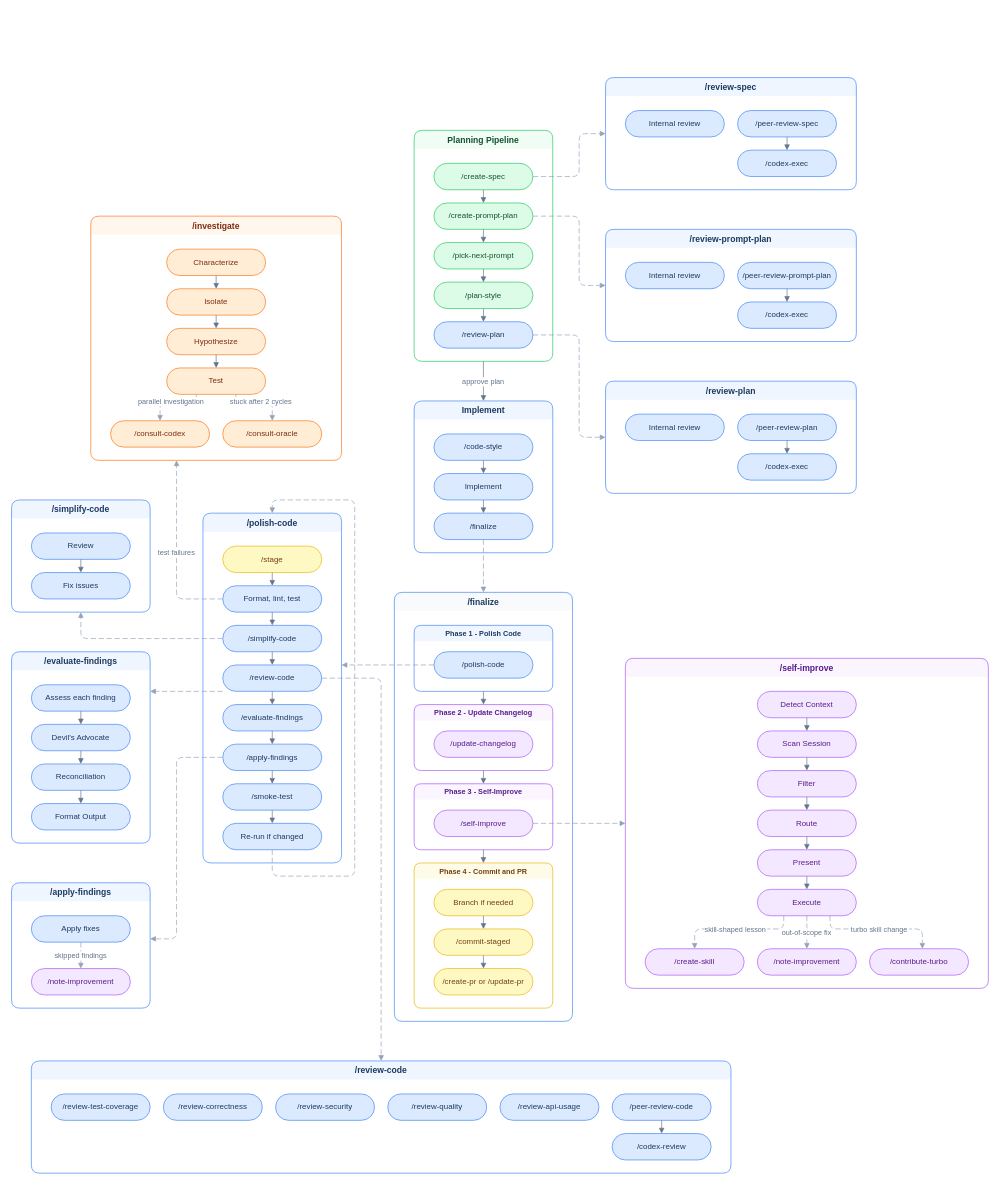
The draw.io diagram assets/how-skills-connect.drawio in nathan-hayashi/turbo, before the edit. Source tidied: cells renumbered, new cells numbered last; positions are measured from the earlier drawing's top-left corner, leaving out a move shared by most shapes. Both pictures are drawn from the tidied source at 66%, with x=0, y=0 at pixel (11, 77).
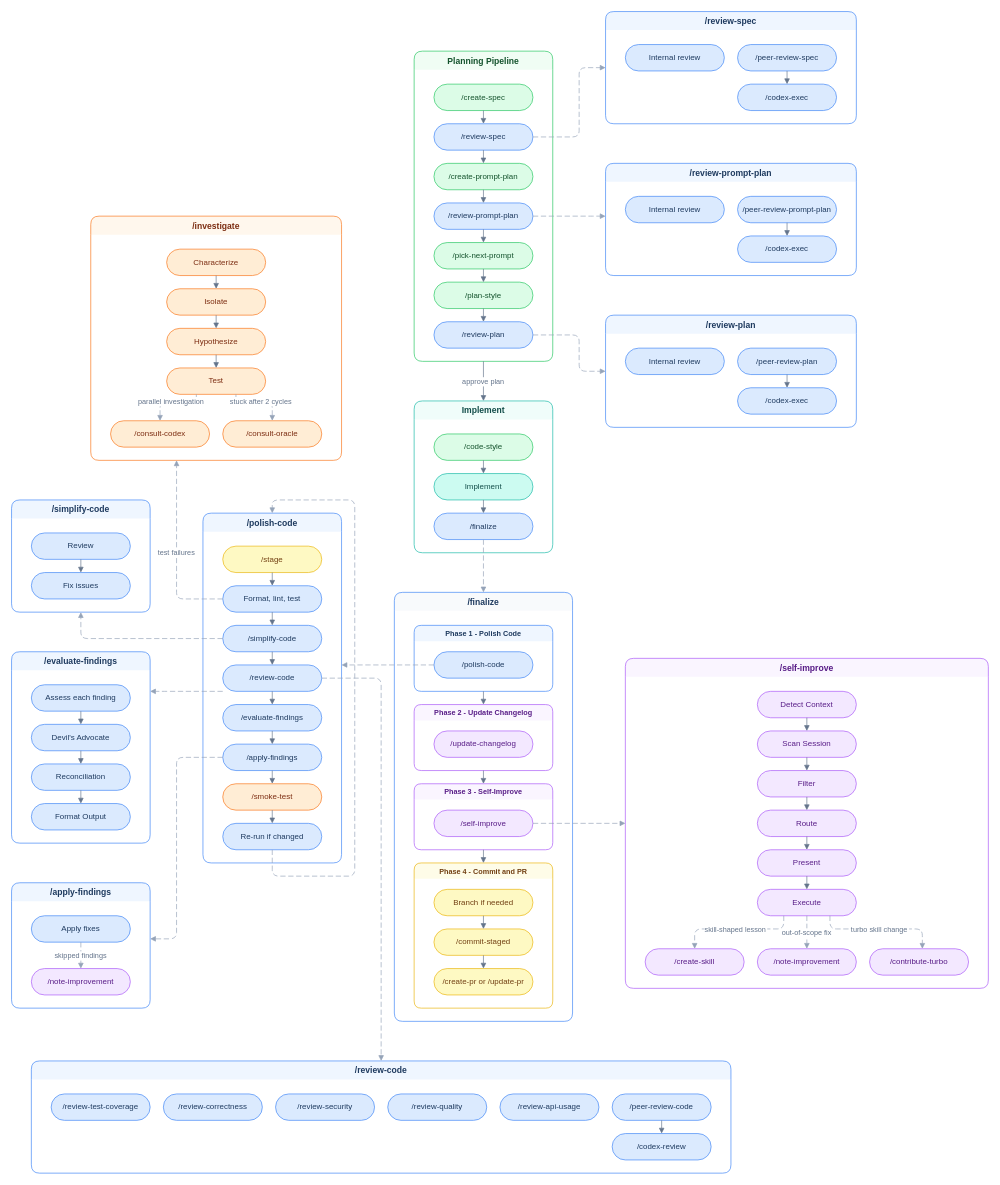
After the change.

Commit message (it also covers changes not shown here):
Fix diagram pill colors to match semantic categories, add review steps to planning pipeline flow

Unchanged cells that the change refers to:
```xml
<mxCell id="3" value="/create-spec" style="rounded=1;whiteSpace=wrap;html=1;arcSize=50;fillColor=#dcfce7;strokeColor=#22c55e;fontColor=#14532d;fontSize=12;" parent="2" vertex="1">
  <mxGeometry x="30" y="50" width="150" height="40" as="geometry" />
</mxCell>
<mxCell id="28" value="/polish-code" style="swimlane;startSize=28;rounded=1;fillColor=#eff6ff;strokeColor=#3b82f6;fontColor=#1e3a5f;fontStyle=1;fontSize=13;swimlaneLine=0;" parent="1" vertex="1">
  <mxGeometry x="290" y="660" width="210" height="530" as="geometry" />
</mxCell>
```

The edit, as a diff of the source:
```diff
@@
     <mxCell id="2" value="Planning Pipeline" style="swimlane;startSize=28;rounded=1;fillColor=#f0fdf4;strokeColor=#22c55e;fontColor=#14532d;fontStyle=1;fontSize=13;swimlaneLine=0;" parent="1" vertex="1">
-      <mxGeometry x="610" y="80" width="210" height="350" as="geometry" />
+      <mxGeometry x="610" y="-40" width="210" height="470" as="geometry" />
     </mxCell>
@@
     <mxCell id="4" value="/create-prompt-plan" style="rounded=1;whiteSpace=wrap;html=1;arcSize=50;fillColor=#dcfce7;strokeColor=#22c55e;fontColor=#14532d;fontSize=12;" parent="2" vertex="1">
-      <mxGeometry x="30" y="110" width="150" height="40" as="geometry" />
+      <mxGeometry x="30" y="170" width="150" height="40" as="geometry" />
     </mxCell>
     <mxCell id="5" value="/pick-next-prompt" style="rounded=1;whiteSpace=wrap;html=1;arcSize=50;fillColor=#dcfce7;strokeColor=#22c55e;fontColor=#14532d;fontSize=12;" parent="2" vertex="1">
-      <mxGeometry x="30" y="170" width="150" height="40" as="geometry" />
+      <mxGeometry x="30" y="290" width="150" height="40" as="geometry" />
     </mxCell>
     <mxCell id="6" value="/plan-style" style="rounded=1;whiteSpace=wrap;html=1;arcSize=50;fillColor=#dcfce7;strokeColor=#22c55e;fontColor=#14532d;fontSize=12;" parent="2" vertex="1">
-      <mxGeometry x="30" y="230" width="150" height="40" as="geometry" />
+      <mxGeometry x="30" y="350" width="150" height="40" as="geometry" />
     </mxCell>
+    <mxCell id="133" value="/review-spec" style="rounded=1;whiteSpace=wrap;html=1;arcSize=50;fillColor=#dbeafe;strokeColor=#3b82f6;fontColor=#1e3a5f;fontSize=12;" parent="2" vertex="1">
+      <mxGeometry x="30" y="110" width="150" height="40" as="geometry" />
+    </mxCell>
+    <mxCell id="134" value="/review-prompt-plan" style="rounded=1;whiteSpace=wrap;html=1;arcSize=50;fillColor=#dbeafe;strokeColor=#3b82f6;fontColor=#1e3a5f;fontSize=12;" parent="2" vertex="1">
+      <mxGeometry x="30" y="230" width="150" height="40" as="geometry" />
+    </mxCell>
+    <mxCell id="135" style="endArrow=block;endFill=1;rounded=1;edgeStyle=orthogonalEdgeStyle;strokeColor=#64748b;" parent="2" edge="1" source="3" target="133">
+      <mxGeometry relative="1" as="geometry" />
+    </mxCell>
-    <mxCell id="7" style="endArrow=block;endFill=1;rounded=1;edgeStyle=orthogonalEdgeStyle;strokeColor=#64748b;" parent="2" edge="1" source="3" target="4">
+    <mxCell id="7" style="endArrow=block;endFill=1;rounded=1;edgeStyle=orthogonalEdgeStyle;strokeColor=#64748b;" parent="2" edge="1" source="133" target="4">
       <mxGeometry relative="1" as="geometry" />
     </mxCell>
+    <mxCell id="136" style="endArrow=block;endFill=1;rounded=1;edgeStyle=orthogonalEdgeStyle;strokeColor=#64748b;" parent="2" edge="1" source="4" target="134">
+      <mxGeometry relative="1" as="geometry" />
+    </mxCell>
-    <mxCell id="8" style="endArrow=block;endFill=1;rounded=1;edgeStyle=orthogonalEdgeStyle;strokeColor=#64748b;" parent="2" edge="1" source="4" target="5">
+    <mxCell id="8" style="endArrow=block;endFill=1;rounded=1;edgeStyle=orthogonalEdgeStyle;strokeColor=#64748b;" parent="2" edge="1" source="134" target="5">
       <mxGeometry relative="1" as="geometry" />
     </mxCell>
@@
     <mxCell id="10" value="/review-plan" style="rounded=1;whiteSpace=wrap;html=1;arcSize=50;fillColor=#dbeafe;strokeColor=#3b82f6;fontColor=#1e3a5f;fontSize=12;" parent="2" vertex="1">
-      <mxGeometry x="30" y="290" width="150" height="40" as="geometry" />
+      <mxGeometry x="30" y="410" width="150" height="40" as="geometry" />
     </mxCell>
@@
-    <mxCell id="35" value="/smoke-test" style="rounded=1;whiteSpace=wrap;html=1;arcSize=50;fillColor=#dbeafe;strokeColor=#3b82f6;fontColor=#1e3a5f;fontSize=12;" parent="28" vertex="1">
+    <mxCell id="35" value="/smoke-test" style="rounded=1;whiteSpace=wrap;html=1;arcSize=50;fillColor=#ffedd5;strokeColor=#f97316;fontColor=#7c2d12;fontSize=12;" parent="28" vertex="1">
       <mxGeometry x="30" y="410" width="150" height="40" as="geometry" />
     </mxCell>
@@
-    <mxCell id="100" value="Implement" style="swimlane;startSize=28;rounded=1;fillColor=#eff6ff;strokeColor=#3b82f6;fontColor=#1e3a5f;fontStyle=1;fontSize=13;swimlaneLine=0;" parent="1" vertex="1">
+    <mxCell id="100" value="Implement" style="swimlane;startSize=28;rounded=1;fillColor=#f0fdfa;strokeColor=#14b8a6;fontColor=#134e4a;fontStyle=1;fontSize=13;swimlaneLine=0;" parent="1" vertex="1">
       <mxGeometry x="610" y="490" width="210" height="230" as="geometry" />
     </mxCell>
-    <mxCell id="101" value="/code-style" style="rounded=1;whiteSpace=wrap;html=1;arcSize=50;fillColor=#dbeafe;strokeColor=#3b82f6;fontColor=#1e3a5f;fontSize=12;" parent="100" vertex="1">
+    <mxCell id="101" value="/code-style" style="rounded=1;whiteSpace=wrap;html=1;arcSize=50;fillColor=#dcfce7;strokeColor=#22c55e;fontColor=#14532d;fontSize=12;" parent="100" vertex="1">
       <mxGeometry x="30" y="50" width="150" height="40" as="geometry" />
     </mxCell>
-    <mxCell id="102" value="Implement" style="rounded=1;whiteSpace=wrap;html=1;arcSize=50;fillColor=#dbeafe;strokeColor=#3b82f6;fontColor=#1e3a5f;fontSize=12;" parent="100" vertex="1">
+    <mxCell id="102" value="Implement" style="rounded=1;whiteSpace=wrap;html=1;arcSize=50;fillColor=#ccfbf1;strokeColor=#14b8a6;fontColor=#134e4a;fontSize=12;" parent="100" vertex="1">
       <mxGeometry x="30" y="110" width="150" height="40" as="geometry" />
     </mxCell>
@@
     <mxCell id="115" style="dashed=1;dashPattern=8 4;endArrow=block;endFill=1;rounded=1;edgeStyle=orthogonalEdgeStyle;strokeColor=#94a3b8;fontSize=11;fontColor=#64748b;" parent="1" edge="1" source="10" target="128">
       <mxGeometry relative="1" as="geometry">
         <Array as="points">
           <mxPoint x="860" y="390" />
-          <mxPoint x="860" y="545" />
+          <mxPoint x="860" y="445" />
         </Array>
       </mxGeometry>
     </mxCell>
     <mxCell id="116" value="/review-spec" style="swimlane;startSize=28;rounded=1;fillColor=#eff6ff;strokeColor=#3b82f6;fontColor=#1e3a5f;fontStyle=1;fontSize=13;swimlaneLine=0;" parent="1" vertex="1">
-      <mxGeometry x="900" width="380" height="170" as="geometry" />
+      <mxGeometry x="900" y="-100" width="380" height="170" as="geometry" />
     </mxCell>
@@
-    <mxCell id="121" style="dashed=1;dashPattern=8 4;endArrow=block;endFill=1;rounded=1;edgeStyle=orthogonalEdgeStyle;strokeColor=#94a3b8;fontSize=11;fontColor=#64748b;" parent="1" edge="1" source="3" target="116">
+    <mxCell id="121" style="dashed=1;dashPattern=8 4;endArrow=block;endFill=1;rounded=1;edgeStyle=orthogonalEdgeStyle;strokeColor=#94a3b8;fontSize=11;fontColor=#64748b;" parent="1" edge="1" source="133" target="116">
       <mxGeometry relative="1" as="geometry">
         <Array as="points">
-          <mxPoint x="860" y="150" />
-          <mxPoint x="860" y="85" />
+          <mxPoint x="860" y="90" />
+          <mxPoint x="860" y="-15" />
         </Array>
       </mxGeometry>
     </mxCell>
     <mxCell id="122" value="/review-prompt-plan" style="swimlane;startSize=28;rounded=1;fillColor=#eff6ff;strokeColor=#3b82f6;fontColor=#1e3a5f;fontStyle=1;fontSize=13;swimlaneLine=0;" parent="1" vertex="1">
-      <mxGeometry x="900" y="230" width="380" height="170" as="geometry" />
+      <mxGeometry x="900" y="130" width="380" height="170" as="geometry" />
     </mxCell>
@@
-    <mxCell id="127" style="dashed=1;dashPattern=8 4;endArrow=block;endFill=1;rounded=1;edgeStyle=orthogonalEdgeStyle;strokeColor=#94a3b8;fontSize=11;fontColor=#64748b;" parent="1" edge="1" source="4" target="122">
+    <mxCell id="127" style="dashed=1;dashPattern=8 4;endArrow=block;endFill=1;rounded=1;edgeStyle=orthogonalEdgeStyle;strokeColor=#94a3b8;fontSize=11;fontColor=#64748b;" parent="1" edge="1" source="134" target="122">
       <mxGeometry relative="1" as="geometry">
         <Array as="points">
-          <mxPoint x="860" y="210" />
-          <mxPoint x="860" y="315" />
+          <mxPoint x="870" y="210" />
+          <mxPoint x="870" y="210" />
         </Array>
       </mxGeometry>
     </mxCell>
     <mxCell id="128" value="/review-plan" style="swimlane;startSize=28;rounded=1;fillColor=#eff6ff;strokeColor=#3b82f6;fontColor=#1e3a5f;fontStyle=1;fontSize=13;swimlaneLine=0;" parent="1" vertex="1">
-      <mxGeometry x="900" y="460" width="380" height="170" as="geometry" />
+      <mxGeometry x="900" y="360" width="380" height="170" as="geometry" />
     </mxCell>
```
